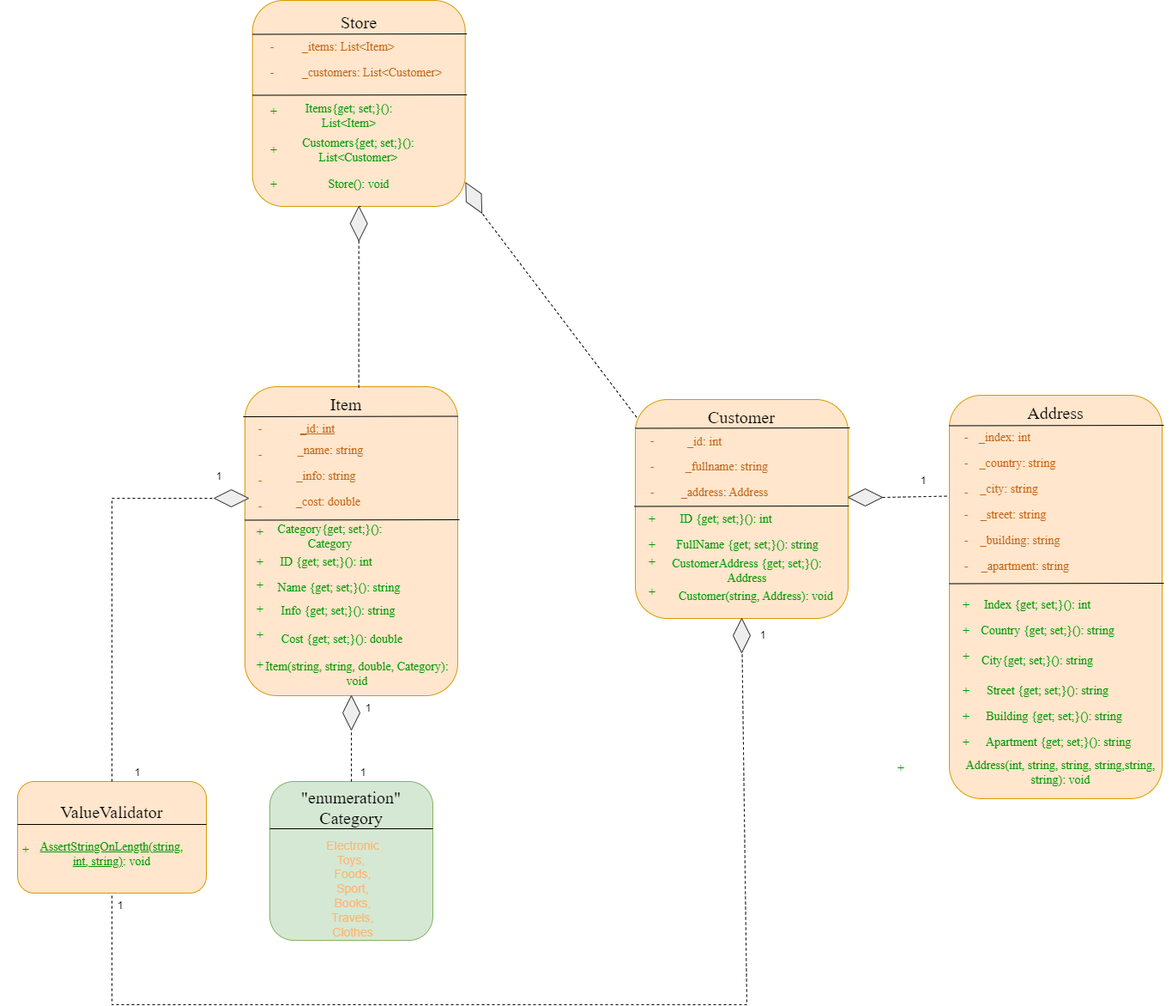
Before: doc/ObjectOrientedPractics/Practics2png.png, a diagram exported from draw.io (KirillAksenov0/Programming). Source tidied: cells renumbered, new cells last; positions are measured from the earlier drawing's top-left corner, leaving out a move shared by most shapes.
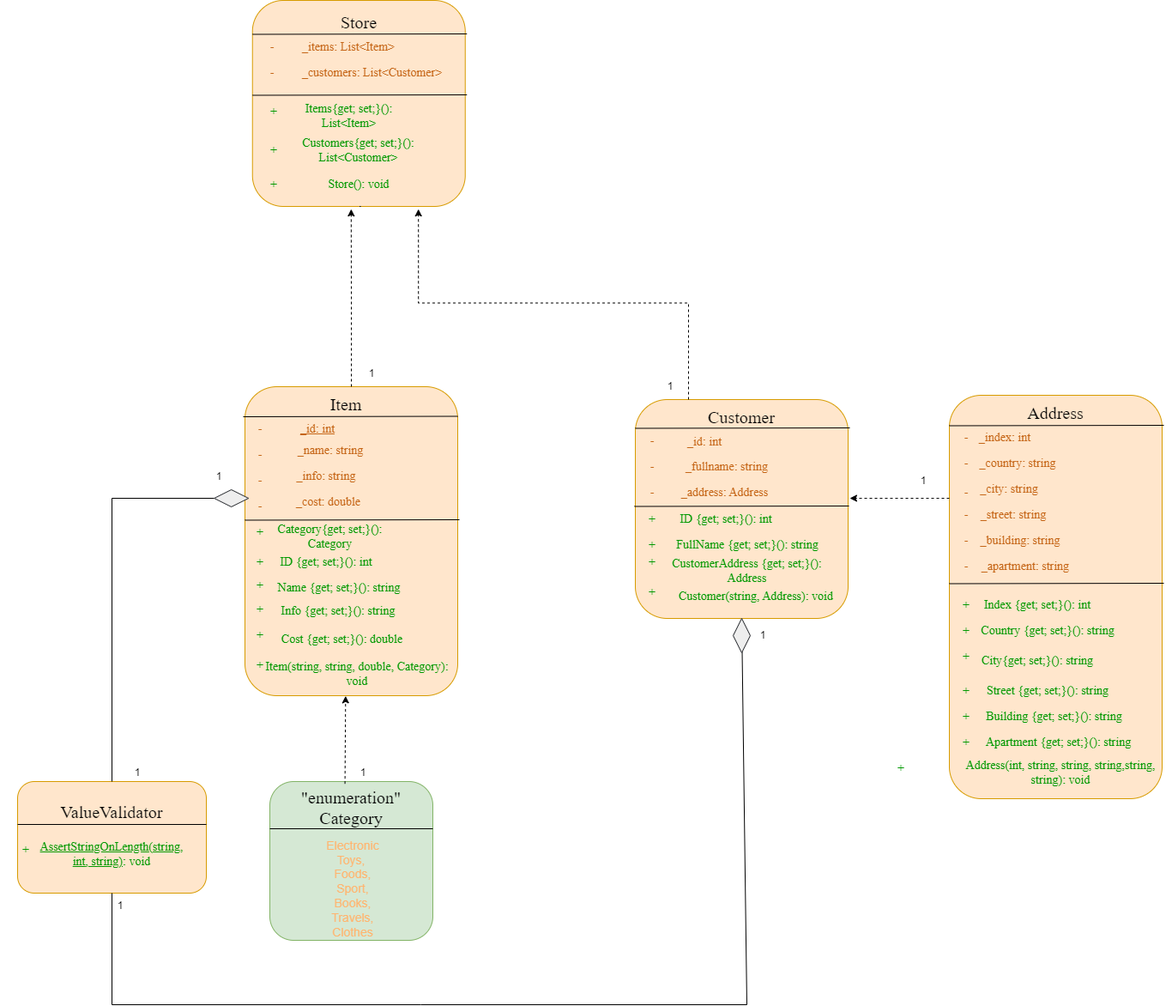
Later version of the same file.

The edit, as a diff of the source:
```diff
@@ -129,21 +129,14 @@
     <mxCell id="35" value="&lt;font style=&quot;font-size: 14px;&quot; color=&quot;#009900&quot; face=&quot;Times New Roman&quot;&gt;+&lt;/font&gt;" style="text;html=1;align=center;verticalAlign=middle;whiteSpace=wrap;rounded=0;" parent="1" vertex="1">
       <mxGeometry x="273" y="640" width="60" height="30" as="geometry" />
     </mxCell>
-    <mxCell id="36" style="endArrow=none;html=1;rounded=0;entryX=0.5;entryY=1;entryDx=0;entryDy=0;exitX=0.5;exitY=0;exitDx=0;exitDy=0;" parent="1" edge="1" source="38" target="12">
-      <mxGeometry relative="1" as="geometry" />
+    <mxCell id="36" style="endArrow=none;html=1;rounded=0;entryX=0.5;entryY=1;entryDx=0;entryDy=0;exitX=0.5;exitY=0;exitDx=0;exitDy=0;" parent="1" edge="1" target="12">
+      <mxGeometry relative="1" as="geometry">
+        <mxPoint x="409" y="810" as="sourcePoint" />
+      </mxGeometry>
     </mxCell>
-    <mxCell id="37" style="endArrow=none;html=1;rounded=0;entryX=0.5;entryY=1;entryDx=0;entryDy=0;exitX=0.5;exitY=0;exitDx=0;exitDy=0;dashed=1;" parent="1" edge="1" source="8" target="38">
-      <mxGeometry relative="1" as="geometry" />
-    </mxCell>
-    <mxCell id="38" style="rhombus;whiteSpace=wrap;html=1;fillColor=#eeeeee;strokeColor=#36393d;" parent="1" vertex="1">
-      <mxGeometry x="399" y="810" width="20" height="40" as="geometry" />
-    </mxCell>
     <mxCell id="39" value="1" style="text;html=1;align=center;verticalAlign=middle;whiteSpace=wrap;rounded=0;" parent="1" vertex="1">
       <mxGeometry x="393" y="885" width="60" height="30" as="geometry" />
     </mxCell>
-    <mxCell id="40" value="1" style="text;html=1;align=center;verticalAlign=middle;whiteSpace=wrap;rounded=0;" parent="1" vertex="1">
-      <mxGeometry x="399" y="810" width="60" height="30" as="geometry" />
-    </mxCell>
     <mxCell id="41" style="rounded=1;whiteSpace=wrap;html=1;fillColor=#ffe6cc;strokeColor=#d79b00;" parent="1" vertex="1">
       <mxGeometry x="740" y="465" width="248" height="255" as="geometry" />
     </mxCell>
@@ -258,23 +251,12 @@
     <mxCell id="72" value="&lt;font style=&quot;font-size: 14px;&quot; color=&quot;#009900&quot; face=&quot;Times New Roman&quot;&gt;+&lt;/font&gt;" style="text;html=1;align=center;verticalAlign=middle;whiteSpace=wrap;rounded=0;" parent="1" vertex="1">
       <mxGeometry x="289.1" y="200" width="60" height="30" as="geometry" />
     </mxCell>
-    <mxCell id="73" style="endArrow=none;html=1;rounded=0;exitX=0.544;exitY=0;exitDx=0;exitDy=0;exitPerimeter=0;" parent="1" edge="1" source="74">
+    <mxCell id="73" style="endArrow=none;html=1;rounded=0;exitX=0.544;exitY=0;exitDx=0;exitDy=0;exitPerimeter=0;" parent="1" edge="1">
       <mxGeometry relative="1" as="geometry">
+        <mxPoint x="418.6" y="240" as="sourcePoint" />
         <mxPoint x="420" y="240" as="targetPoint" />
       </mxGeometry>
     </mxCell>
-    <mxCell id="74" style="rhombus;whiteSpace=wrap;html=1;fillColor=#eeeeee;strokeColor=#36393d;" parent="1" vertex="1">
-      <mxGeometry x="407.8" y="240" width="20" height="40" as="geometry" />
-    </mxCell>
-    <mxCell id="75" style="endArrow=none;html=1;rounded=0;entryX=0.5;entryY=1;entryDx=0;entryDy=0;exitX=0.535;exitY=0.003;exitDx=0;exitDy=0;exitPerimeter=0;dashed=1;" parent="1" edge="1" source="12" target="74">
-      <mxGeometry relative="1" as="geometry" />
-    </mxCell>
-    <mxCell id="76" style="rhombus;whiteSpace=wrap;html=1;fillColor=#eeeeee;strokeColor=#36393d;rotation=332;" parent="1" vertex="1">
-      <mxGeometry x="541.8" y="210" width="20" height="40" as="geometry" />
-    </mxCell>
-    <mxCell id="77" style="endArrow=none;html=1;rounded=0;entryX=0.5;entryY=1;entryDx=0;entryDy=0;exitX=0.006;exitY=0.081;exitDx=0;exitDy=0;exitPerimeter=0;dashed=1;" parent="1" edge="1" source="41" target="76">
-      <mxGeometry relative="1" as="geometry" />
-    </mxCell>
     <mxCell id="78" style="rounded=1;whiteSpace=wrap;html=1;fillColor=#ffe6cc;strokeColor=#d79b00;" parent="1" vertex="1">
       <mxGeometry x="1106" y="460" width="248" height="470" as="geometry" />
     </mxCell>
@@ -377,16 +359,10 @@
     <mxCell id="107" value="&lt;font style=&quot;font-size: 14px;&quot; color=&quot;#009900&quot; face=&quot;Times New Roman&quot;&gt;+&lt;/font&gt;" style="text;html=1;align=center;verticalAlign=middle;whiteSpace=wrap;rounded=0;" parent="1" vertex="1">
       <mxGeometry x="1020" y="880" width="60" height="30" as="geometry" />
     </mxCell>
-    <mxCell id="108" style="rhombus;whiteSpace=wrap;html=1;fillColor=#eeeeee;strokeColor=#36393d;direction=south;" parent="1" vertex="1">
-      <mxGeometry x="988" y="569" width="40" height="20" as="geometry" />
-    </mxCell>
-    <mxCell id="109" style="endArrow=none;html=1;rounded=0;exitX=0.5;exitY=0;exitDx=0;exitDy=0;entryX=0;entryY=0.75;entryDx=0;entryDy=0;dashed=1;" parent="1" edge="1" source="108" target="83">
-      <mxGeometry relative="1" as="geometry" />
-    </mxCell>
     <mxCell id="110" value="1" style="text;html=1;align=center;verticalAlign=middle;whiteSpace=wrap;rounded=0;" parent="1" vertex="1">
       <mxGeometry x="1046" y="545" width="60" height="30" as="geometry" />
     </mxCell>
-    <mxCell id="111" style="endArrow=none;html=1;rounded=0;dashed=1;" parent="1" edge="1">
+    <mxCell id="111" style="endArrow=none;html=1;rounded=0;" parent="1" edge="1">
       <mxGeometry relative="1" as="geometry">
         <mxPoint x="130" y="910" as="sourcePoint" />
         <mxPoint x="250" y="580" as="targetPoint" />
@@ -404,7 +380,7 @@
     <mxCell id="114" value="1" style="text;html=1;align=center;verticalAlign=middle;whiteSpace=wrap;rounded=0;" parent="1" vertex="1">
       <mxGeometry x="225" y="540" width="60" height="30" as="geometry" />
     </mxCell>
-    <mxCell id="115" style="endArrow=none;html=1;rounded=0;exitX=0.5;exitY=1;exitDx=0;exitDy=0;dashed=1;" parent="1" edge="1" source="41">
+    <mxCell id="115" style="endArrow=none;html=1;rounded=0;exitX=0.5;exitY=1;exitDx=0;exitDy=0;" parent="1" edge="1" source="41">
       <mxGeometry relative="1" as="geometry">
         <mxPoint x="130" y="1040" as="targetPoint" />
         <Array as="points">
@@ -423,5 +399,25 @@
     <mxCell id="118" value="1" style="text;html=1;align=center;verticalAlign=middle;whiteSpace=wrap;rounded=0;" parent="1" vertex="1">
       <mxGeometry x="110" y="1040" width="60" height="30" as="geometry" />
     </mxCell>
+    <mxCell id="119" style="endArrow=classic;html=1;rounded=0;exitX=0.143;exitY=0.92;exitDx=0;exitDy=0;exitPerimeter=0;entryX=0.473;entryY=1.001;entryDx=0;entryDy=0;entryPerimeter=0;dashed=1;" parent="1" edge="1" source="39" target="12">
+      <mxGeometry relative="1" as="geometry" />
+    </mxCell>
+    <mxCell id="120" style="endArrow=classic;html=1;rounded=0;entryX=1.008;entryY=0.451;entryDx=0;entryDy=0;entryPerimeter=0;dashed=1;" parent="1" edge="1" target="41">
+      <mxGeometry relative="1" as="geometry">
+        <mxPoint x="1106" y="580" as="sourcePoint" />
+      </mxGeometry>
+    </mxCell>
+    <mxCell id="121" style="edgeStyle=orthogonalEdgeStyle;rounded=0;jettySize=auto;html=1;exitX=0.5;exitY=0;exitDx=0;exitDy=0;entryX=0.464;entryY=1.013;entryDx=0;entryDy=0;entryPerimeter=0;dashed=1;" parent="1" edge="1" source="12" target="59">
+      <mxGeometry relative="1" as="geometry" />
+    </mxCell>
+    <mxCell id="122" value="1" style="text;html=1;align=center;verticalAlign=middle;whiteSpace=wrap;rounded=0;" parent="1" vertex="1">
+      <mxGeometry x="402.6" y="420" width="60" height="30" as="geometry" />
+    </mxCell>
+    <mxCell id="123" style="edgeStyle=orthogonalEdgeStyle;rounded=0;jettySize=auto;html=1;exitX=0.25;exitY=0;exitDx=0;exitDy=0;entryX=0.78;entryY=1.013;entryDx=0;entryDy=0;entryPerimeter=0;dashed=1;" parent="1" edge="1" source="41" target="59">
+      <mxGeometry relative="1" as="geometry" />
+    </mxCell>
+    <mxCell id="124" value="1" style="text;html=1;align=center;verticalAlign=middle;whiteSpace=wrap;rounded=0;" parent="1" vertex="1">
+      <mxGeometry x="750.5" y="435" width="60" height="30" as="geometry" />
+    </mxCell>
   </root>
 </mxGraphModel>
```
